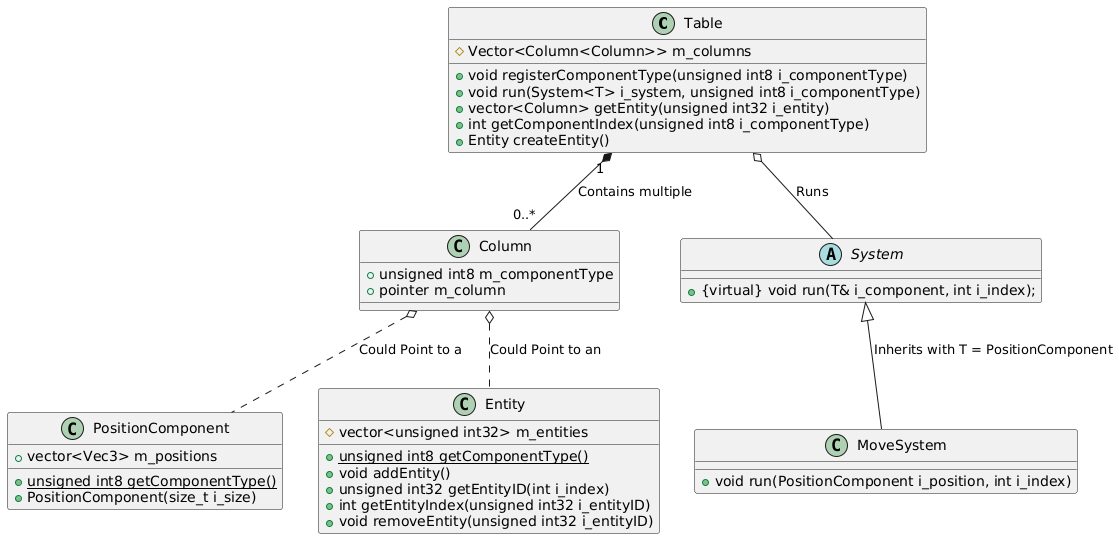
The PlantUML diagram ClassDiagram.png in NCCA/programming-assignment-supersliser, before a commit.
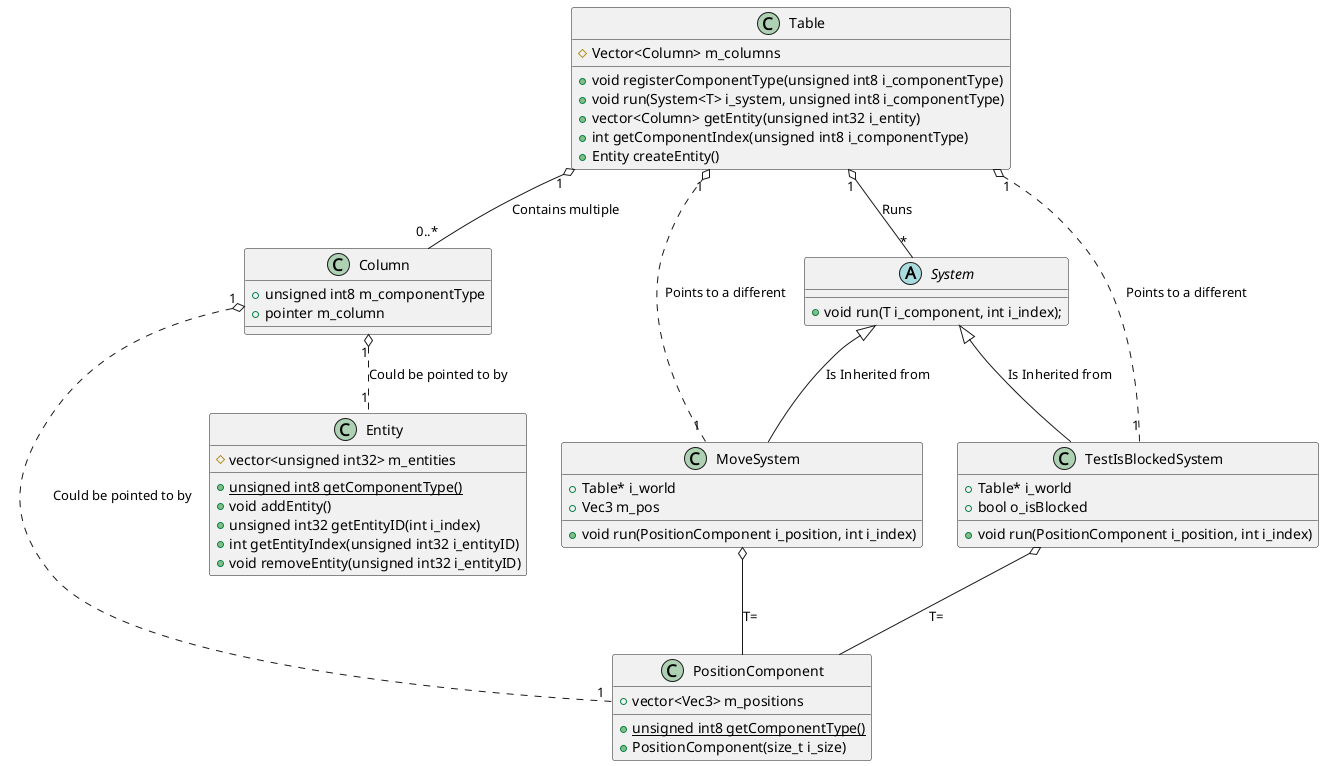
After the commit.

What changed in the source:
```diff
@@ -1,7 +1,7 @@
 @startuml
 
 class Table {
-	# Vector<Column<Column>> m_columns
+	# Vector<Column> m_columns
 	+ void registerComponentType(unsigned int8 i_componentType)
 	+ void run(System<T> i_system, unsigned int8 i_componentType)
     + vector<Column> getEntity(unsigned int32 i_entity)
@@ -30,17 +30,32 @@
 }
 
 abstract class System {
-	+ {virtual} void run(T& i_component, int i_index);
+	+ void run(T i_component, int i_index);
 }
 
 class MoveSystem {
 	+ void run(PositionComponent i_position, int i_index)
+    + Table* i_world
+    + Vec3 m_pos
 }
 
-Table "1" *-- "0..*" Column : "Contains multiple"
-Column o.. PositionComponent : "Could Point to a"
-Column o.. Entity : "Could Point to an"
-System <|-- MoveSystem : "Inherits with T = PositionComponent"
-Table o-- System : "Runs"
+class TestIsBlockedSystem{
+    + void run(PositionComponent i_position, int i_index)
+    + Table* i_world
+    + bool o_isBlocked
+}
+
+
+
+Table "1" o-- "0..*" Column : "Contains multiple"
+Column "1" o.. "1" PositionComponent : "Could be pointed to by"
+Column "1" o.. "1" Entity : "Could be pointed to by"
+System <|-- MoveSystem : "Is Inherited from"
+Table "1" o-- "*" System : "Runs"
+System <|-- TestIsBlockedSystem : "Is Inherited from"
+TestIsBlockedSystem "1" ..o "1" Table : "Points to a different"
+MoveSystem "1" ..o "1" Table : "Points to a different"
+MoveSystem o-- PositionComponent: "T="
+TestIsBlockedSystem o-- PositionComponent: "T="
 
 @enduml
```
